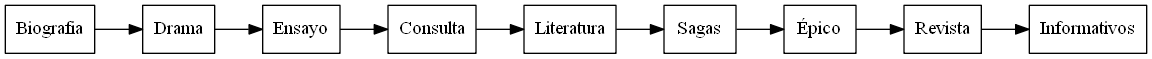
The Graphviz diagram AVLPostorden.png in TaTo30/EDD-Proyecto2_201800585, before a commit. Its source is kept beside it as AVLPostorden.dot.
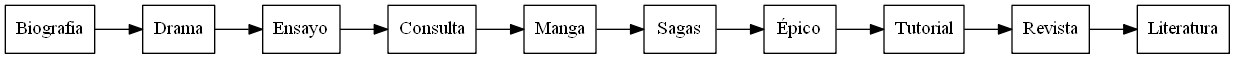
Above is the later version.

Diff of the diagram source:
```diff
@@ -2,9 +2,10 @@
 Biografia -> Drama;
 Drama -> Ensayo;
 Ensayo -> Consulta;
-Consulta -> Literatura;
-Literatura -> Sagas;
+Consulta -> Manga;
+Manga -> Sagas;
 Sagas -> Épico;
-Épico -> Revista;
-Revista -> Informativos;
+Épico -> Tutorial;
+Tutorial -> Revista;
+Revista -> Literatura;
 }
```
